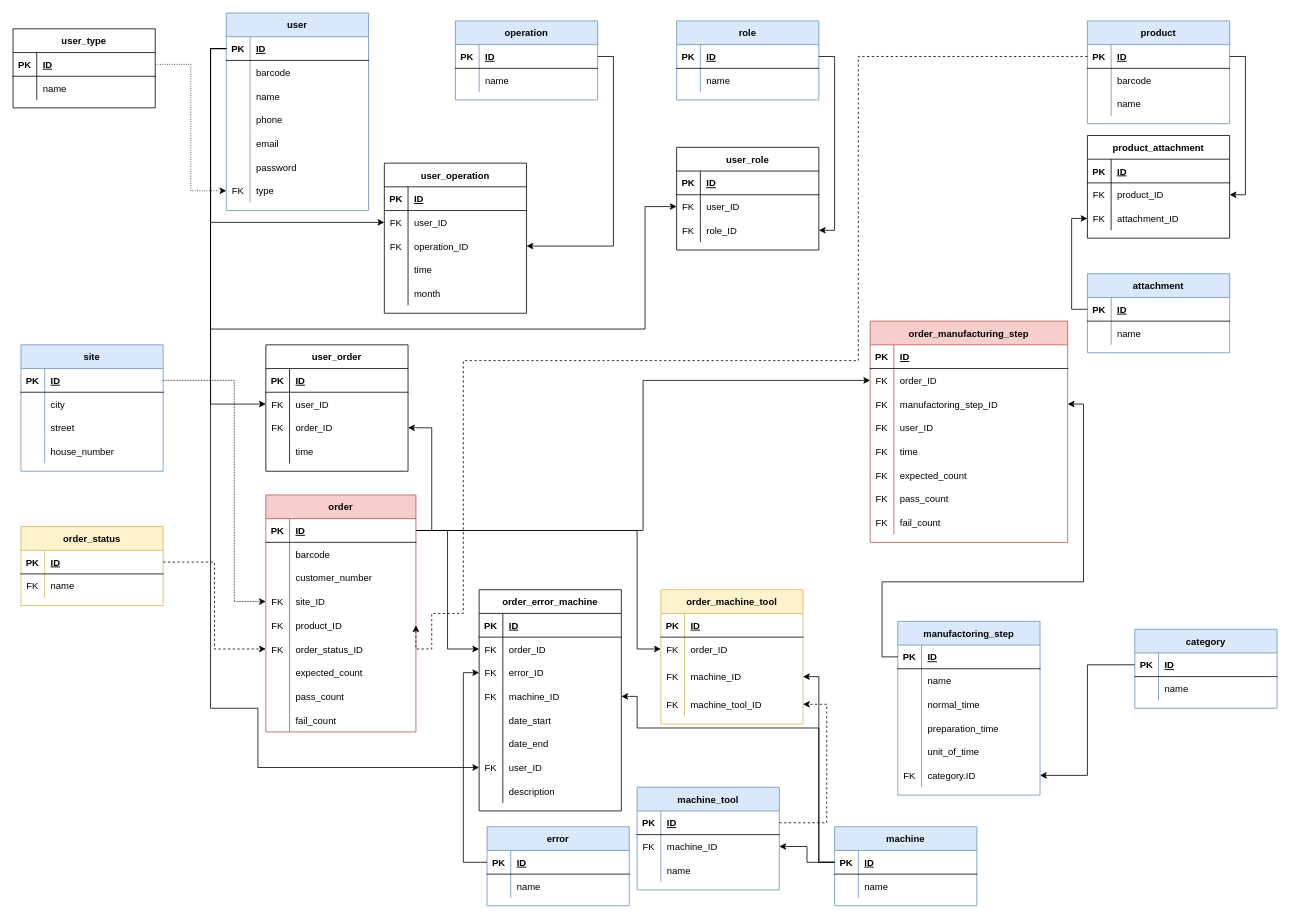
KerteszZoltan/mesterminal keeps this draw.io diagram as DOC/diagrams/database_plan_2_0_0.drawio. Above is the earlier version. Source tidied: cells renumbered, new cells numbered last; positions are measured from the earlier drawing's top-left corner, leaving out a move shared by most shapes. Both pictures are drawn from the tidied source at 79%, with x=0, y=0 at pixel (13, 13).
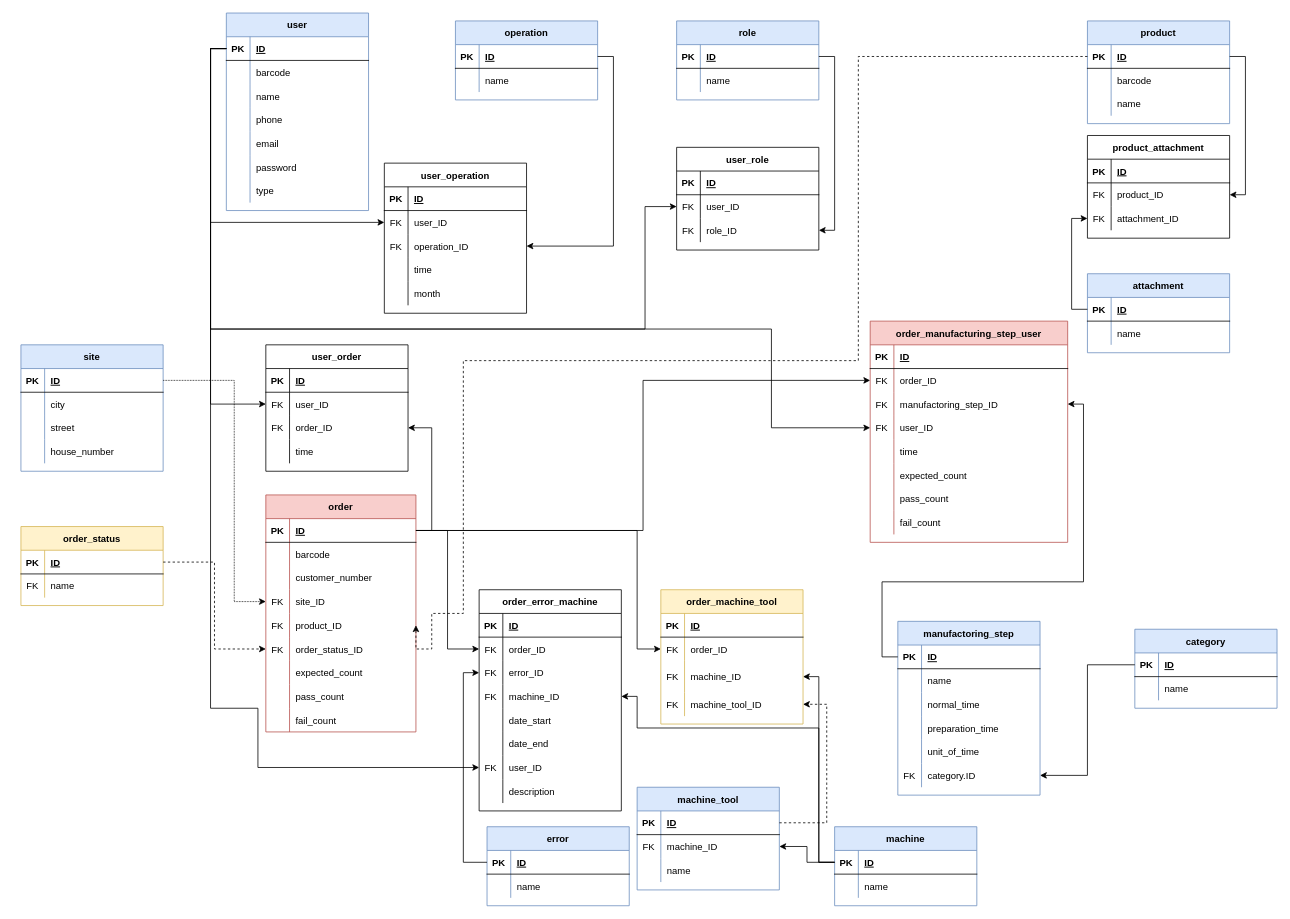
After the change.

Commit message:
style, roder_manufacturin_step_user rename

The change refers to these unchanged cells:
```xml
<mxCell id="3" style="shape=partialRectangle;fillColor=none;top=0;left=0;bottom=1;right=0;points=[[0,0.5],[1,0.5]];portConstraint=eastwest;" parent="2" vertex="1">
  <mxGeometry y="30" width="180" height="30" as="geometry" />
</mxCell>
<mxCell id="21" style="shape=partialRectangle;fillColor=none;top=0;left=0;bottom=0;right=0;points=[[0,0.5],[1,0.5]];portConstraint=eastwest;" parent="2" vertex="1">
  <mxGeometry y="210" width="180" height="30" as="geometry" />
</mxCell>
<mxCell id="253" style="shape=partialRectangle;fillColor=none;top=0;left=0;bottom=0;right=0;points=[[0,0.5],[1,0.5]];portConstraint=eastwest;" parent="243" vertex="1">
  <mxGeometry y="120" width="250" height="30" as="geometry" />
</mxCell>
<mxCell id="256" style="shape=partialRectangle;fillColor=none;top=0;left=0;bottom=0;right=0;" parent="243" vertex="1">
  <mxGeometry y="150" width="250" height="30" as="geometry" />
</mxCell>
<mxCell id="259" style="shape=partialRectangle;fillColor=none;top=0;left=0;bottom=0;right=0;" parent="243" vertex="1">
  <mxGeometry y="180" width="250" height="30" as="geometry" />
</mxCell>
<mxCell id="262" style="shape=partialRectangle;fillColor=none;top=0;left=0;bottom=0;right=0;" parent="243" vertex="1">
  <mxGeometry y="210" width="250" height="30" as="geometry" />
</mxCell>
<mxCell id="265" style="shape=partialRectangle;fillColor=none;top=0;left=0;bottom=0;right=0;" parent="243" vertex="1">
  <mxGeometry y="240" width="250" height="30" as="geometry" />
</mxCell>
```

Change to the diagram source:
```diff
@@
-    <mxCell id="22" value="FK" style="shape=partialRectangle;fillColor=none;top=0;left=0;bottom=0;right=0;overflow=hidden;" parent="21" vertex="1">
+    <mxCell id="22" style="shape=partialRectangle;fillColor=none;top=0;left=0;bottom=0;right=0;overflow=hidden;" parent="21" vertex="1">
       <mxGeometry width="30" height="30" as="geometry" />
     </mxCell>
@@
-    <mxCell id="243" value="order_manufacturing_step" style="shape=table;startSize=30;childLayout=tableLayout;rowLines=0;fontStyle=1;align=center;fillColor=#f8cecc;strokeColor=#b85450;" parent="1" vertex="1">
+    <mxCell id="243" value="order_manufacturing_step_user" style="shape=table;startSize=30;childLayout=tableLayout;rowLines=0;fontStyle=1;align=center;fillColor=#f8cecc;strokeColor=#b85450;" parent="1" vertex="1">
       <mxGeometry x="1085" y="390" width="250" height="280" as="geometry" />
     </mxCell>
@@
-    <mxCell id="257" value="FK" style="shape=partialRectangle;fillColor=none;top=0;left=0;bottom=0;right=0;overflow=hidden;" parent="256" vertex="1">
+    <mxCell id="257" style="shape=partialRectangle;fillColor=none;top=0;left=0;bottom=0;right=0;overflow=hidden;" parent="256" vertex="1">
       <mxGeometry width="30" height="30" as="geometry" />
     </mxCell>
@@
-    <mxCell id="260" value="FK" style="shape=partialRectangle;fillColor=none;top=0;left=0;bottom=0;right=0;overflow=hidden;" parent="259" vertex="1">
+    <mxCell id="260" style="shape=partialRectangle;fillColor=none;top=0;left=0;bottom=0;right=0;overflow=hidden;" parent="259" vertex="1">
       <mxGeometry width="30" height="30" as="geometry" />
     </mxCell>
@@
-    <mxCell id="263" value="FK" style="shape=partialRectangle;fillColor=none;top=0;left=0;bottom=0;right=0;overflow=hidden;" parent="262" vertex="1">
+    <mxCell id="263" style="shape=partialRectangle;fillColor=none;top=0;left=0;bottom=0;right=0;overflow=hidden;" parent="262" vertex="1">
       <mxGeometry width="30" height="30" as="geometry" />
     </mxCell>
@@
-    <mxCell id="266" value="FK" style="shape=partialRectangle;fillColor=none;top=0;left=0;bottom=0;right=0;overflow=hidden;" parent="265" vertex="1">
+    <mxCell id="266" style="shape=partialRectangle;fillColor=none;top=0;left=0;bottom=0;right=0;overflow=hidden;" parent="265" vertex="1">
       <mxGeometry width="30" height="30" as="geometry" />
     </mxCell>
@@
-    <mxCell id="286" value="user_type" style="shape=table;startSize=30;childLayout=tableLayout;rowLines=0;fontStyle=1;align=center;" parent="1" vertex="1">
-      <mxGeometry y="20" width="180" height="100" as="geometry" />
-    </mxCell>
-    <mxCell id="287" style="shape=partialRectangle;fillColor=none;top=0;left=0;bottom=1;right=0;points=[[0,0.5],[1,0.5]];portConstraint=eastwest;" parent="286" vertex="1">
-      <mxGeometry y="30" width="180" height="30" as="geometry" />
-    </mxCell>
-    <mxCell id="288" value="PK" style="shape=partialRectangle;fillColor=none;top=0;left=0;bottom=0;right=0;fontStyle=1;overflow=hidden;" parent="287" vertex="1">
-      <mxGeometry width="30" height="30" as="geometry" />
-    </mxCell>
-    <mxCell id="289" value="ID" style="shape=partialRectangle;fillColor=none;top=0;left=0;bottom=0;right=0;align=left;spacingLeft=6;fontStyle=5;overflow=hidden;" parent="287" vertex="1">
-      <mxGeometry x="30" width="150" height="30" as="geometry" />
-    </mxCell>
-    <mxCell id="290" style="shape=partialRectangle;fillColor=none;top=0;left=0;bottom=0;right=0;" parent="286" vertex="1">
-      <mxGeometry y="60" width="180" height="30" as="geometry" />
-    </mxCell>
-    <mxCell id="291" style="shape=partialRectangle;fillColor=none;top=0;left=0;bottom=0;right=0;overflow=hidden;" parent="290" vertex="1">
-      <mxGeometry width="30" height="30" as="geometry" />
-    </mxCell>
-    <mxCell id="292" value="name" style="shape=partialRectangle;fillColor=none;top=0;left=0;bottom=0;right=0;align=left;spacingLeft=6;overflow=hidden;" parent="290" vertex="1">
-      <mxGeometry x="30" width="150" height="30" as="geometry" />
-    </mxCell>
-    <mxCell id="293" style="edgeStyle=orthogonalEdgeStyle;rounded=0;jettySize=auto;html=1;exitX=1;exitY=0.5;exitDx=0;exitDy=0;entryX=0;entryY=0.5;entryDx=0;entryDy=0;dashed=1;dashPattern=1 2;" parent="1" edge="1" source="287" target="21">
-      <mxGeometry relative="1" as="geometry" />
-    </mxCell>
@@
+    <mxCell id="295" style="edgeStyle=orthogonalEdgeStyle;rounded=0;jettySize=auto;html=1;exitX=0;exitY=0.5;exitDx=0;exitDy=0;" parent="1" edge="1" source="3" target="253">
+      <mxGeometry relative="1" as="geometry">
+        <Array as="points">
+          <mxPoint x="250" y="45" />
+          <mxPoint x="250" y="400" />
+          <mxPoint x="960" y="400" />
+          <mxPoint x="960" y="525" />
+        </Array>
+      </mxGeometry>
+    </mxCell>
```
